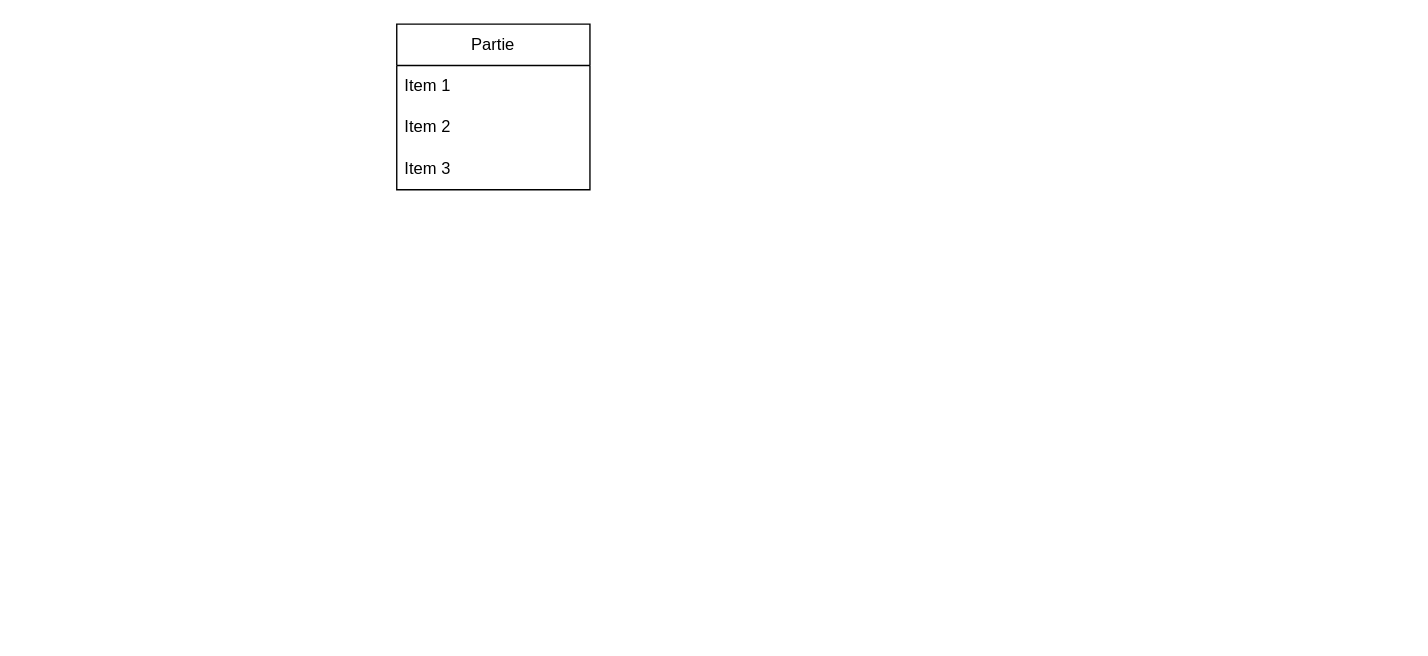
Before: poly_names.drawio in JinxYTW/Poly_Names, a draw.io diagram. Source tidied: cells renumbered, new cells numbered last; positions are measured from the earlier drawing's top-left corner, leaving out a move shared by most shapes. Both pictures are drawn from the tidied source at 138%, with x=0, y=0 at pixel (396, 23).
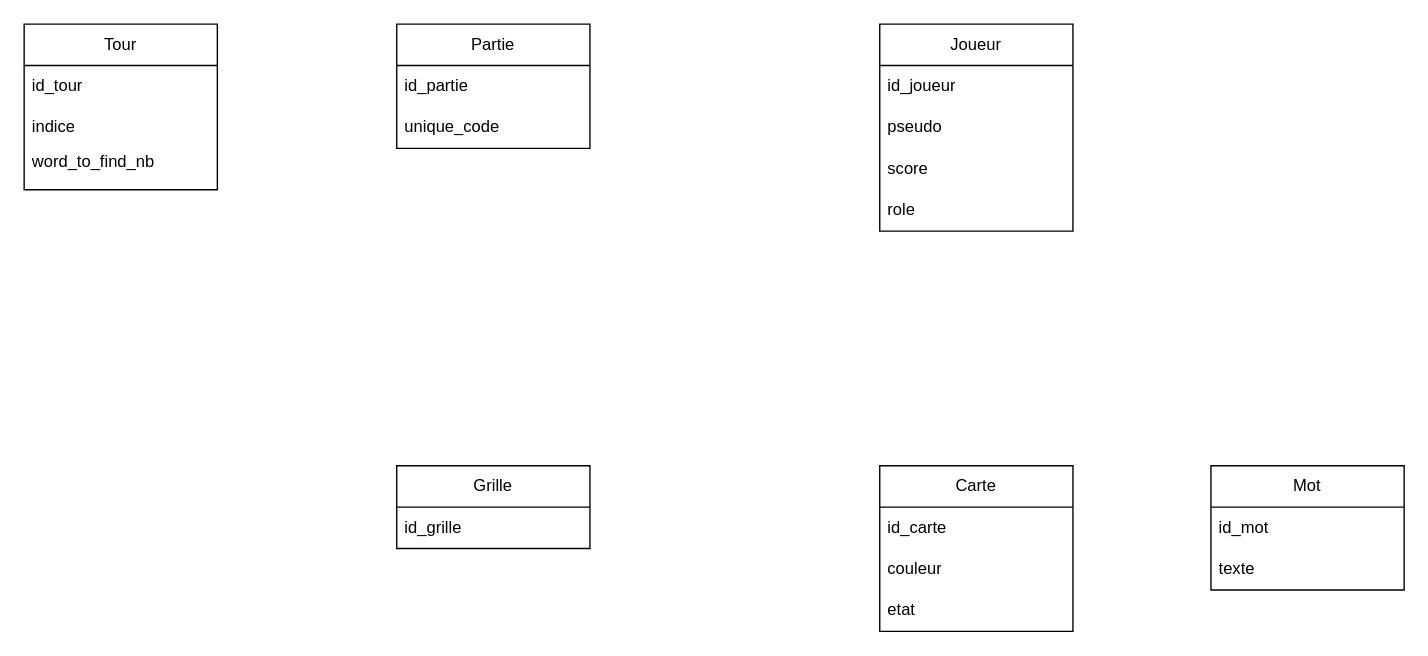
The same page after the edit.

Change to the diagram source:
```diff
@@
     <mxCell id="2" value="Partie" style="swimlane;fontStyle=0;horizontal=1;startSize=30;whiteSpace=wrap;html=1;" parent="1" vertex="1">
-      <mxGeometry width="140" height="120" as="geometry" />
+      <mxGeometry width="140" height="90" as="geometry" />
     </mxCell>
-    <mxCell id="3" value="Item 1" style="text;strokeColor=none;fillColor=none;align=left;verticalAlign=middle;spacingLeft=4;spacingRight=4;overflow=hidden;whiteSpace=wrap;html=1;" parent="2" vertex="1">
+    <mxCell id="3" value="id_partie" style="text;strokeColor=none;fillColor=none;align=left;verticalAlign=middle;spacingLeft=4;spacingRight=4;overflow=hidden;whiteSpace=wrap;html=1;" parent="2" vertex="1">
       <mxGeometry y="30" width="140" height="30" as="geometry" />
     </mxCell>
-    <mxCell id="4" value="Item 2" style="text;strokeColor=none;fillColor=none;align=left;verticalAlign=middle;spacingLeft=4;spacingRight=4;overflow=hidden;whiteSpace=wrap;html=1;" parent="2" vertex="1">
+    <mxCell id="4" value="unique_code" style="text;strokeColor=none;fillColor=none;align=left;verticalAlign=middle;spacingLeft=4;spacingRight=4;overflow=hidden;whiteSpace=wrap;html=1;" parent="2" vertex="1">
       <mxGeometry y="60" width="140" height="30" as="geometry" />
     </mxCell>
-    <mxCell id="5" value="Item 3" style="text;strokeColor=none;fillColor=none;align=left;verticalAlign=middle;spacingLeft=4;spacingRight=4;overflow=hidden;whiteSpace=wrap;html=1;" parent="2" vertex="1">
-      <mxGeometry y="90" width="140" height="30" as="geometry" />
-    </mxCell>
+    <mxCell id="6" value="Grille" style="swimlane;fontStyle=0;horizontal=1;startSize=30;whiteSpace=wrap;html=1;" parent="1" vertex="1">
+      <mxGeometry y="320" width="140" height="60" as="geometry" />
+    </mxCell>
+    <mxCell id="7" value="id_grille" style="text;strokeColor=none;fillColor=none;align=left;verticalAlign=middle;spacingLeft=4;spacingRight=4;overflow=hidden;whiteSpace=wrap;html=1;" parent="6" vertex="1">
+      <mxGeometry y="30" width="140" height="30" as="geometry" />
+    </mxCell>
+    <mxCell id="8" value="Carte" style="swimlane;fontStyle=0;horizontal=1;startSize=30;whiteSpace=wrap;html=1;" parent="1" vertex="1">
+      <mxGeometry x="350" y="320" width="140" height="120" as="geometry" />
+    </mxCell>
+    <mxCell id="9" value="id_carte" style="text;strokeColor=none;fillColor=none;align=left;verticalAlign=middle;spacingLeft=4;spacingRight=4;overflow=hidden;whiteSpace=wrap;html=1;" parent="8" vertex="1">
+      <mxGeometry y="30" width="140" height="30" as="geometry" />
+    </mxCell>
+    <mxCell id="10" value="couleur" style="text;strokeColor=none;fillColor=none;align=left;verticalAlign=middle;spacingLeft=4;spacingRight=4;overflow=hidden;whiteSpace=wrap;html=1;" parent="8" vertex="1">
+      <mxGeometry y="60" width="140" height="30" as="geometry" />
+    </mxCell>
+    <mxCell id="11" value="etat" style="text;strokeColor=none;fillColor=none;align=left;verticalAlign=middle;spacingLeft=4;spacingRight=4;overflow=hidden;whiteSpace=wrap;html=1;" parent="8" vertex="1">
+      <mxGeometry y="90" width="140" height="30" as="geometry" />
+    </mxCell>
+    <mxCell id="12" value="Mot" style="swimlane;fontStyle=0;horizontal=1;startSize=30;whiteSpace=wrap;html=1;" parent="1" vertex="1">
+      <mxGeometry x="590" y="320" width="140" height="90" as="geometry" />
+    </mxCell>
+    <mxCell id="13" value="id_mot" style="text;strokeColor=none;fillColor=none;align=left;verticalAlign=middle;spacingLeft=4;spacingRight=4;overflow=hidden;whiteSpace=wrap;html=1;" parent="12" vertex="1">
+      <mxGeometry y="30" width="140" height="30" as="geometry" />
+    </mxCell>
+    <mxCell id="14" value="texte" style="text;strokeColor=none;fillColor=none;align=left;verticalAlign=middle;spacingLeft=4;spacingRight=4;overflow=hidden;whiteSpace=wrap;html=1;" parent="12" vertex="1">
+      <mxGeometry y="60" width="140" height="30" as="geometry" />
+    </mxCell>
+    <mxCell id="15" value="Joueur" style="swimlane;fontStyle=0;horizontal=1;startSize=30;whiteSpace=wrap;html=1;" parent="1" vertex="1">
+      <mxGeometry x="350" width="140" height="150" as="geometry" />
+    </mxCell>
+    <mxCell id="16" value="id_joueur" style="text;strokeColor=none;fillColor=none;align=left;verticalAlign=middle;spacingLeft=4;spacingRight=4;overflow=hidden;whiteSpace=wrap;html=1;" parent="15" vertex="1">
+      <mxGeometry y="30" width="140" height="30" as="geometry" />
+    </mxCell>
+    <mxCell id="17" value="pseudo" style="text;strokeColor=none;fillColor=none;align=left;verticalAlign=middle;spacingLeft=4;spacingRight=4;overflow=hidden;whiteSpace=wrap;html=1;" parent="15" vertex="1">
+      <mxGeometry y="60" width="140" height="30" as="geometry" />
+    </mxCell>
+    <mxCell id="18" value="score" style="text;strokeColor=none;fillColor=none;align=left;verticalAlign=middle;spacingLeft=4;spacingRight=4;overflow=hidden;whiteSpace=wrap;html=1;" parent="15" vertex="1">
+      <mxGeometry y="90" width="140" height="30" as="geometry" />
+    </mxCell>
+    <mxCell id="19" value="role" style="text;strokeColor=none;fillColor=none;align=left;verticalAlign=middle;spacingLeft=4;spacingRight=4;overflow=hidden;whiteSpace=wrap;html=1;" parent="15" vertex="1">
+      <mxGeometry y="120" width="140" height="30" as="geometry" />
+    </mxCell>
+    <mxCell id="20" value="Tour" style="swimlane;fontStyle=0;horizontal=1;startSize=30;whiteSpace=wrap;html=1;" parent="1" vertex="1">
+      <mxGeometry x="-270" width="140" height="120" as="geometry" />
+    </mxCell>
+    <mxCell id="21" value="id_tour" style="text;strokeColor=none;fillColor=none;align=left;verticalAlign=middle;spacingLeft=4;spacingRight=4;overflow=hidden;whiteSpace=wrap;html=1;" parent="20" vertex="1">
+      <mxGeometry y="30" width="140" height="30" as="geometry" />
+    </mxCell>
+    <mxCell id="22" value="indice" style="text;strokeColor=none;fillColor=none;align=left;verticalAlign=middle;spacingLeft=4;spacingRight=4;overflow=hidden;whiteSpace=wrap;html=1;" parent="20" vertex="1">
+      <mxGeometry y="60" width="140" height="30" as="geometry" />
+    </mxCell>
+    <mxCell id="23" value="word_to_find_nb&lt;div&gt;&lt;br&gt;&lt;/div&gt;" style="text;strokeColor=none;fillColor=none;align=left;verticalAlign=middle;spacingLeft=4;spacingRight=4;overflow=hidden;whiteSpace=wrap;html=1;" parent="20" vertex="1">
+      <mxGeometry y="90" width="140" height="30" as="geometry" />
+    </mxCell>
```
